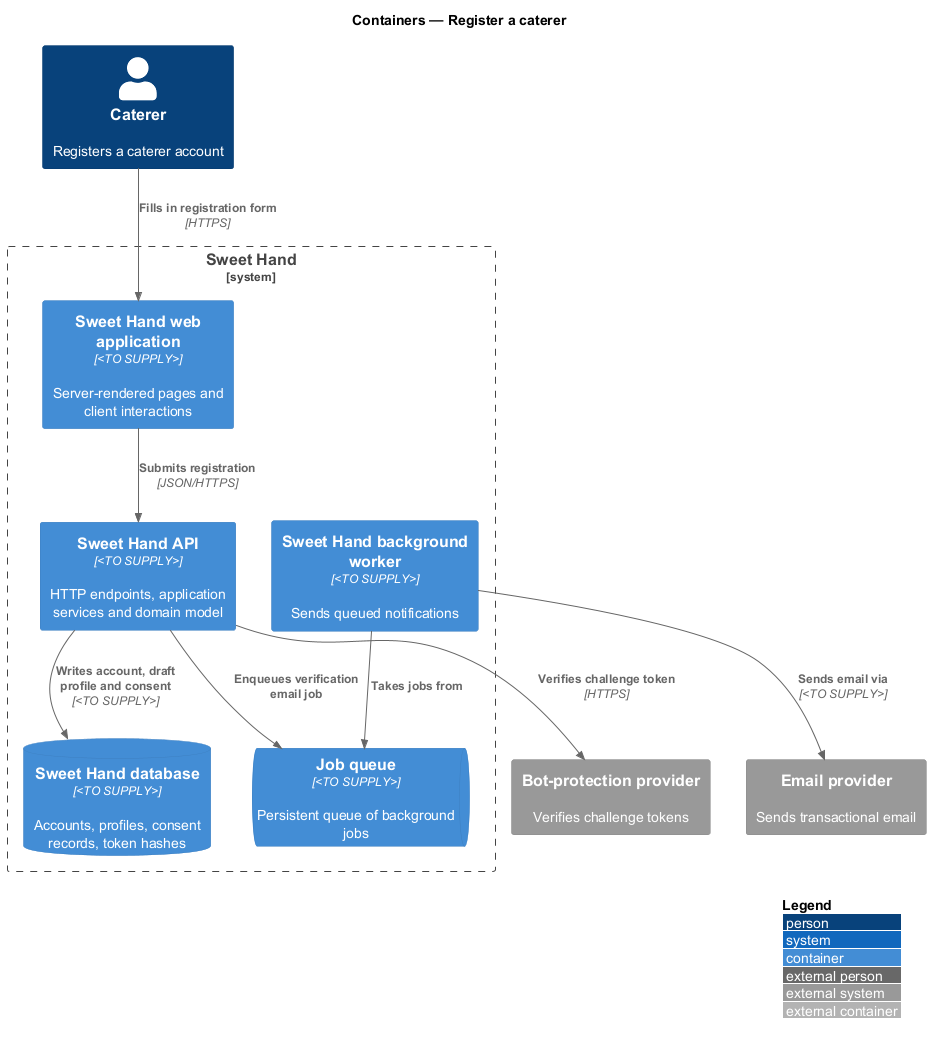
The PlantUML diagram docs/detailed-designs/caterer-profiles/register-caterer/diagrams/c4-container.png in QuinntyneBrown/sweet-hand, before a commit.
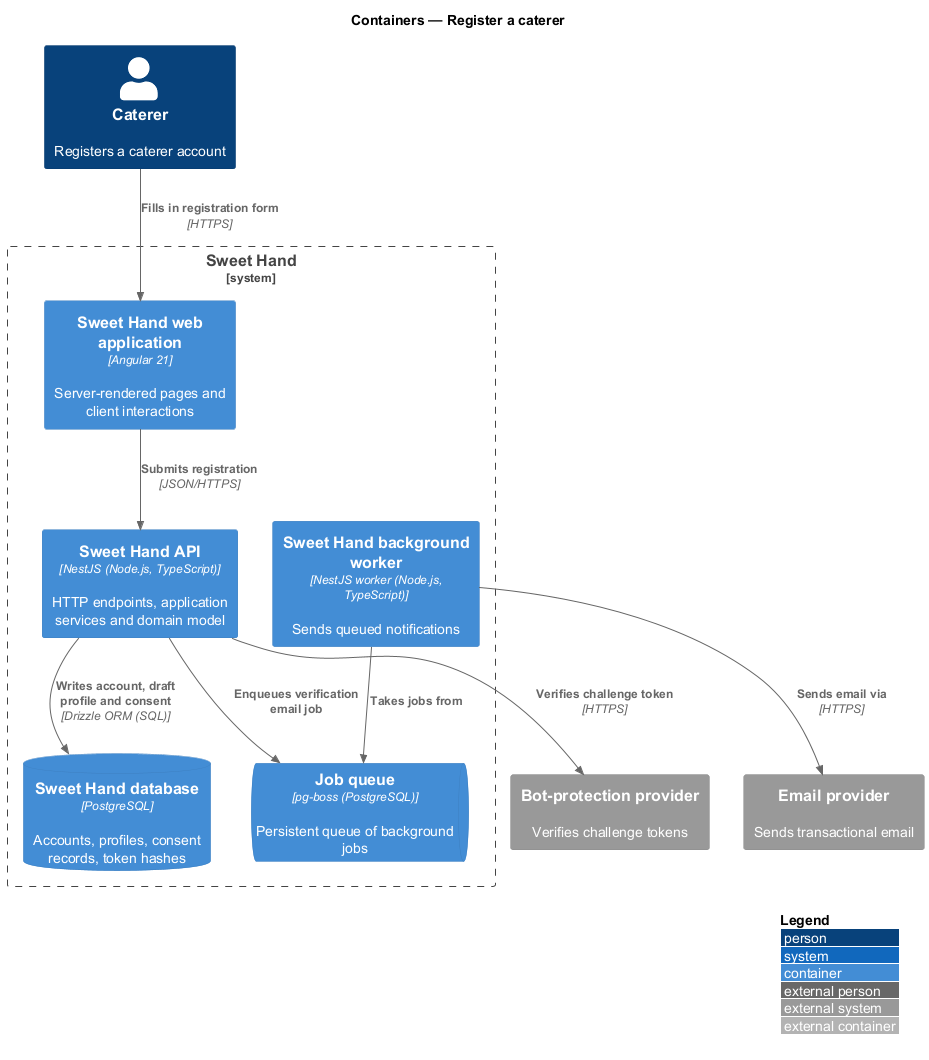
The same file after the commit.

What changed in the source:
```diff
@@ -5,11 +5,11 @@
 
 Person(caterer, "Caterer", "Registers a caterer account")
 System_Boundary(sweethand, "Sweet Hand") {
-  Container(web, "Sweet Hand web application", "<TO SUPPLY>", "Server-rendered pages and client interactions")
-  Container(api, "Sweet Hand API", "<TO SUPPLY>", "HTTP endpoints, application services and domain model")
-  ContainerDb(db, "Sweet Hand database", "<TO SUPPLY>", "Accounts, profiles, consent records, token hashes")
-  ContainerQueue(queue, "Job queue", "<TO SUPPLY>", "Persistent queue of background jobs")
-  Container(worker, "Sweet Hand background worker", "<TO SUPPLY>", "Sends queued notifications")
+  Container(web, "Sweet Hand web application", "Angular 21", "Server-rendered pages and client interactions")
+  Container(api, "Sweet Hand API", "NestJS (Node.js, TypeScript)", "HTTP endpoints, application services and domain model")
+  ContainerDb(db, "Sweet Hand database", "PostgreSQL", "Accounts, profiles, consent records, token hashes")
+  ContainerQueue(queue, "Job queue", "pg-boss (PostgreSQL)", "Persistent queue of background jobs")
+  Container(worker, "Sweet Hand background worker", "NestJS worker (Node.js, TypeScript)", "Sends queued notifications")
 }
 System_Ext(bot, "Bot-protection provider", "Verifies challenge tokens")
 System_Ext(email, "Email provider", "Sends transactional email")
@@ -17,8 +17,8 @@
 Rel(caterer, web, "Fills in registration form", "HTTPS")
 Rel(web, api, "Submits registration", "JSON/HTTPS")
 Rel(api, bot, "Verifies challenge token", "HTTPS")
-Rel(api, db, "Writes account, draft profile and consent", "<TO SUPPLY>")
+Rel(api, db, "Writes account, draft profile and consent", "Drizzle ORM (SQL)")
 Rel(api, queue, "Enqueues verification email job")
 Rel(worker, queue, "Takes jobs from")
-Rel(worker, email, "Sends email via", "<TO SUPPLY>")
+Rel(worker, email, "Sends email via", "HTTPS")
 @enduml
```
